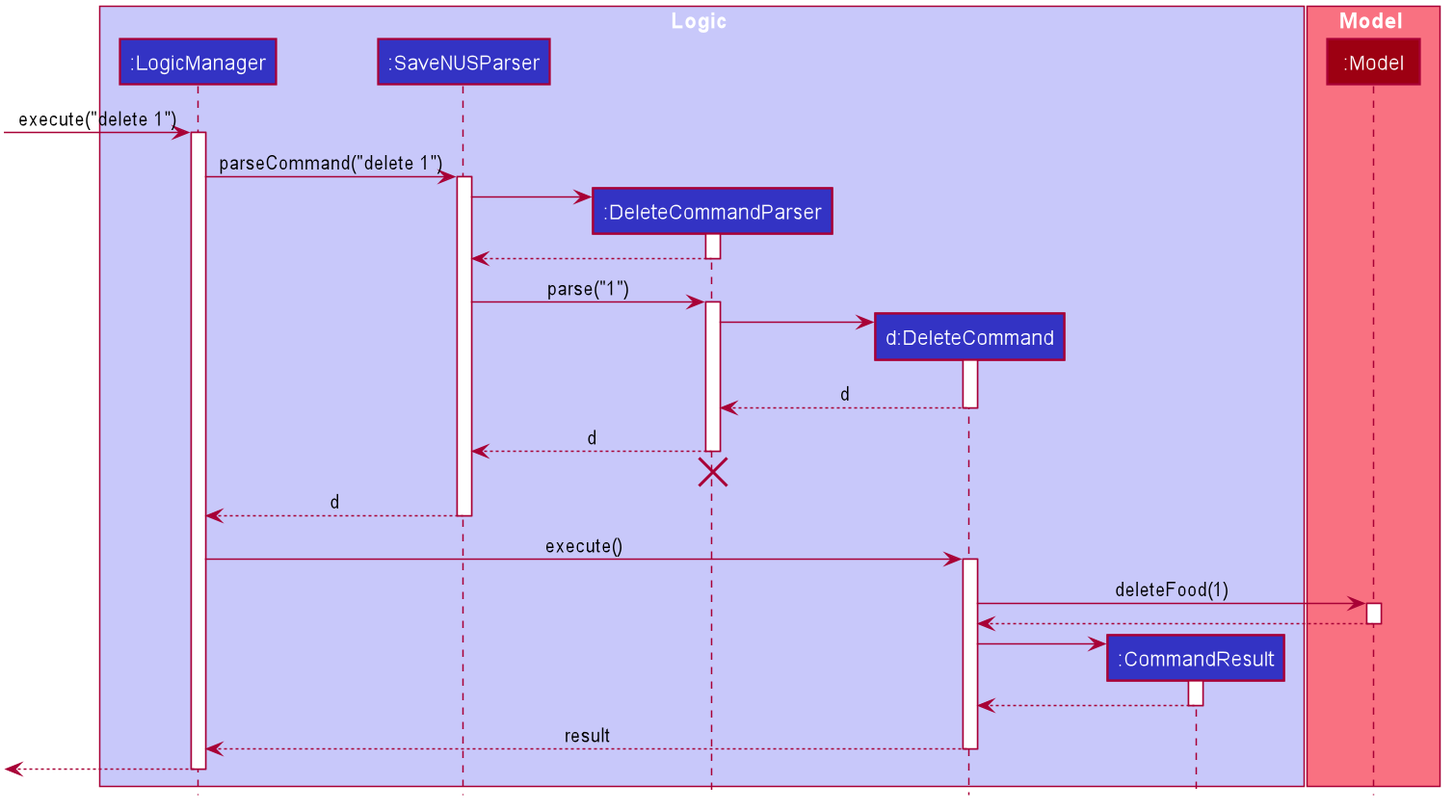
Above: images/DeleteSequenceDiagram.png in AY1920S1-CS2103T-F13-2/main (PlantUML), before the change. Its diagram source:
```plantuml
@startuml








skinparam BackgroundColor #FFFFFFF

skinparam Shadowing false

skinparam Class {
    FontColor #FFFFFF
    BorderThickness 1
    BorderColor #FFFFFF
    StereotypeFontColor #FFFFFF
    FontName Arial
}

skinparam Actor {
    BorderColor #000000
    Color #000000
    FontName Arial
}

skinparam Sequence {
    MessageAlign center
    BoxFontSize 15
    BoxPadding 0
    BoxFontColor #FFFFFF
    FontName Arial
}

skinparam Participant {
    FontColor #FFFFFFF
    Padding 20
}

skinparam MinClassWidth 50
skinparam ParticipantPadding 10
skinparam Shadowing false
skinparam DefaultTextAlignment center
skinparam packageStyle Rectangle

hide footbox
hide members
hide circle

box Logic #C8C8FA
participant ":LogicManager" as LogicManager #3333C4
participant ":SaveNUSParser" as SaveNUSParser #3333C4
participant ":DeleteCommandParser" as DeleteCommandParser #3333C4
participant "d:DeleteCommand" as DeleteCommand #3333C4
participant ":CommandResult" as CommandResult #3333C4
end box

box Model #F97181
participant ":Model" as Model #9D0012
end box

[-> LogicManager : execute("delete 1")
activate LogicManager

LogicManager -> SaveNUSParser : parseCommand("delete 1")
activate SaveNUSParser

create DeleteCommandParser
SaveNUSParser -> DeleteCommandParser
activate DeleteCommandParser

DeleteCommandParser --> SaveNUSParser
deactivate DeleteCommandParser

SaveNUSParser -> DeleteCommandParser : parse("1")
activate DeleteCommandParser

create DeleteCommand
DeleteCommandParser -> DeleteCommand
activate DeleteCommand

DeleteCommand --> DeleteCommandParser : d
deactivate DeleteCommand

DeleteCommandParser --> SaveNUSParser : d
deactivate DeleteCommandParser
DeleteCommandParser -[hidden]-> SaveNUSParser
destroy DeleteCommandParser

SaveNUSParser --> LogicManager : d
deactivate SaveNUSParser

LogicManager -> DeleteCommand : execute()
activate DeleteCommand

DeleteCommand -> Model : deleteFood(1)
activate Model

Model --> DeleteCommand
deactivate Model

create CommandResult
DeleteCommand -> CommandResult
activate CommandResult

CommandResult --> DeleteCommand
deactivate CommandResult

DeleteCommand --> LogicManager : result
deactivate DeleteCommand

[<--LogicManager
deactivate LogicManager
@enduml
```
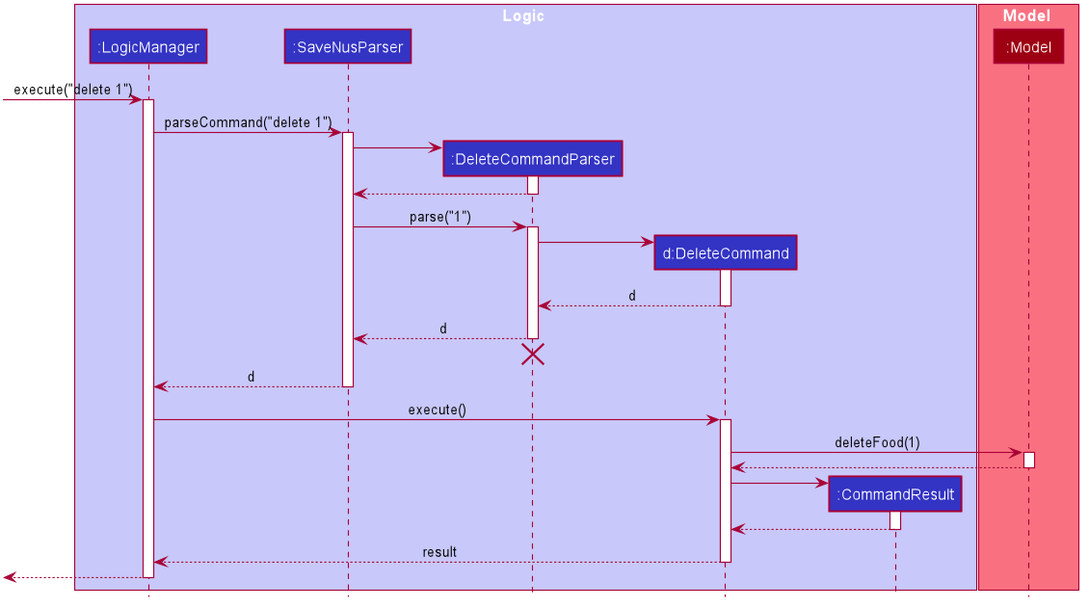
Above is the later version.

Change to the diagram source:
```diff
@@ -50,7 +50,7 @@
 
 box Logic #C8C8FA
 participant ":LogicManager" as LogicManager #3333C4
-participant ":SaveNUSParser" as SaveNUSParser #3333C4
+participant ":SaveNusParser" as SaveNusParser #3333C4
 participant ":DeleteCommandParser" as DeleteCommandParser #3333C4
 participant "d:DeleteCommand" as DeleteCommand #3333C4
 participant ":CommandResult" as CommandResult #3333C4
@@ -63,17 +63,17 @@
 [-> LogicManager : execute("delete 1")
 activate LogicManager
 
-LogicManager -> SaveNUSParser : parseCommand("delete 1")
-activate SaveNUSParser
+LogicManager -> SaveNusParser : parseCommand("delete 1")
+activate SaveNusParser
 
 create DeleteCommandParser
-SaveNUSParser -> DeleteCommandParser
+SaveNusParser -> DeleteCommandParser
 activate DeleteCommandParser
 
-DeleteCommandParser --> SaveNUSParser
+DeleteCommandParser --> SaveNusParser
 deactivate DeleteCommandParser
 
-SaveNUSParser -> DeleteCommandParser : parse("1")
+SaveNusParser -> DeleteCommandParser : parse("1")
 activate DeleteCommandParser
 
 create DeleteCommand
@@ -83,13 +83,13 @@
 DeleteCommand --> DeleteCommandParser : d
 deactivate DeleteCommand
 
-DeleteCommandParser --> SaveNUSParser : d
+DeleteCommandParser --> SaveNusParser : d
 deactivate DeleteCommandParser
-DeleteCommandParser -[hidden]-> SaveNUSParser
+DeleteCommandParser -[hidden]-> SaveNusParser
 destroy DeleteCommandParser
 
-SaveNUSParser --> LogicManager : d
-deactivate SaveNUSParser
+SaveNusParser --> LogicManager : d
+deactivate SaveNusParser
 
 LogicManager -> DeleteCommand : execute()
 activate DeleteCommand
```
